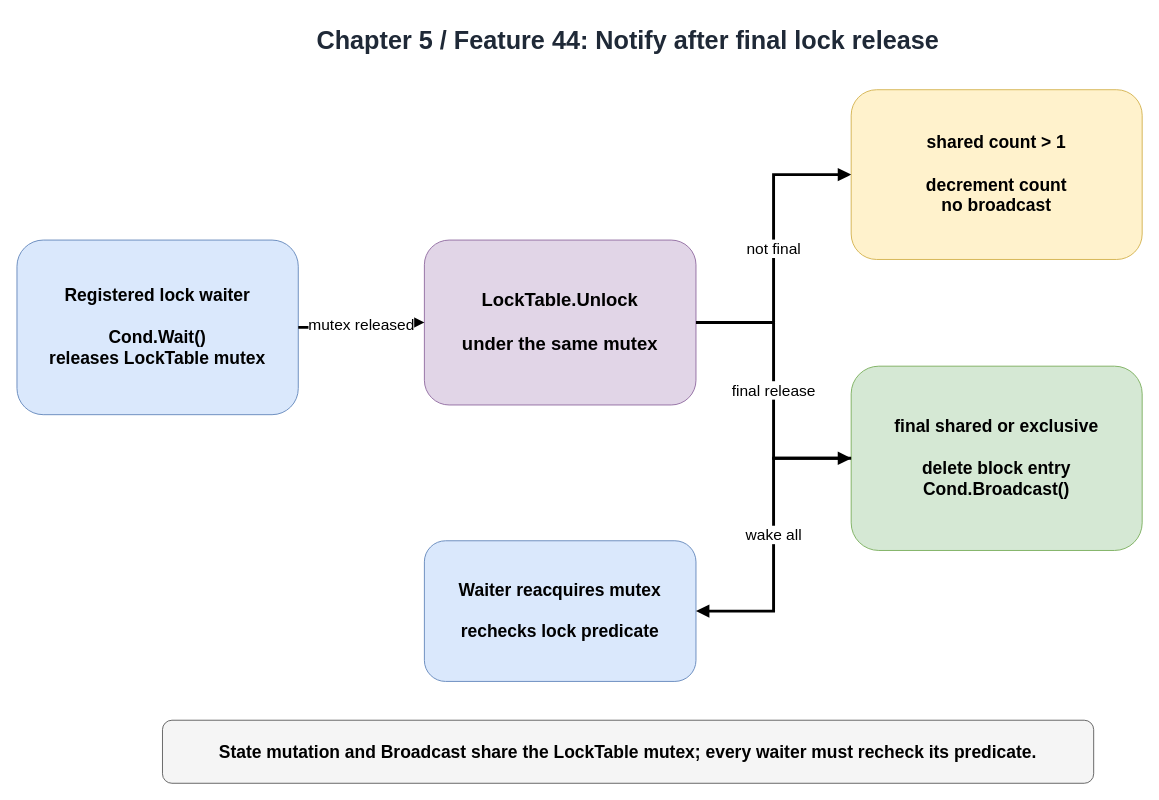
Before: docs/diagrams/ch05-lock-release-notification.drawio in Rwatana/simledb_in_go, a draw.io diagram. Source tidied: cells renumbered, new cells numbered last; positions are measured from the earlier drawing's top-left corner, leaving out a move shared by most shapes. Both pictures are drawn from the tidied source at 97%, with x=0, y=0 at pixel (16, 16).
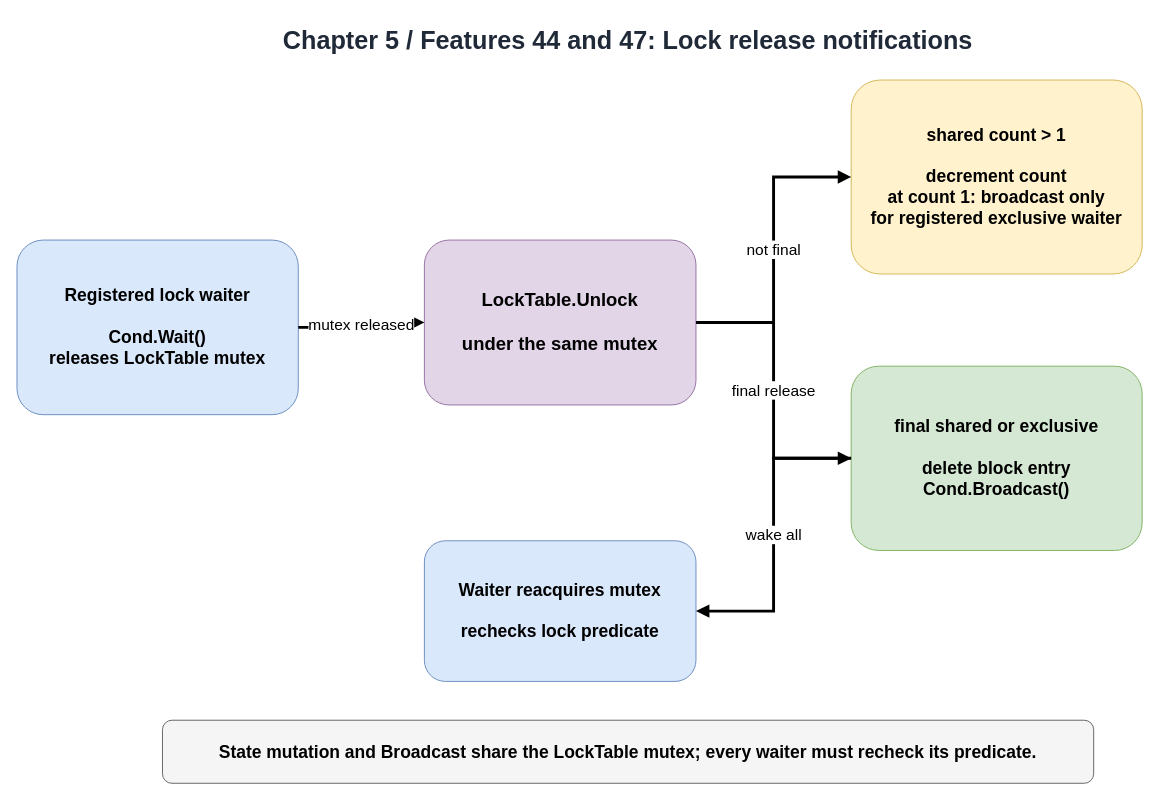
After the change.

Commit message (it also covers changes not shown here):
feat: wait for exclusive lock availability

Change to the diagram source:
```diff
@@
 <mxGraphModel>
   <root>
     <mxCell id="0" />
     <mxCell id="1" parent="0" />
-    <mxCell id="2" value="Chapter 5 / Feature 44: Notify after final lock release" style="text;html=1;strokeColor=none;fillColor=none;align=center;verticalAlign=middle;whiteSpace=wrap;fontSize=26;fontStyle=1;fontColor=#1f2937;" parent="1" vertex="1">
+    <mxCell id="2" value="Chapter 5 / Features 44 and 47: Lock release notifications" style="text;html=1;strokeColor=none;fillColor=none;align=center;verticalAlign=middle;whiteSpace=wrap;fontSize=26;fontStyle=1;fontColor=#1f2937;" parent="1" vertex="1">
       <mxGeometry x="190" width="880" height="50" as="geometry" />
     </mxCell>
     <mxCell id="3" value="Registered lock waiter&#10;&#10;Cond.Wait()&#10;releases LockTable mutex" style="rounded=1;whiteSpace=wrap;html=1;fillColor=#dae8fc;strokeColor=#6c8ebf;fontSize=18;fontStyle=1;" parent="1" vertex="1">
       <mxGeometry y="230" width="290" height="180" as="geometry" />
     </mxCell>
     <mxCell id="4" value="LockTable.Unlock&#10;&#10;under the same mutex" style="rounded=1;whiteSpace=wrap;html=1;fillColor=#e1d5e7;strokeColor=#9673a6;fontSize=19;fontStyle=1;" parent="1" vertex="1">
       <mxGeometry x="420" y="230" width="280" height="170" as="geometry" />
     </mxCell>
-    <mxCell id="5" value="shared count &gt; 1&#10;&#10;decrement count&#10;no broadcast" style="rounded=1;whiteSpace=wrap;html=1;fillColor=#fff2cc;strokeColor=#d6b656;fontSize=18;fontStyle=1;" parent="1" vertex="1">
-      <mxGeometry x="860" y="75" width="300" height="175" as="geometry" />
+    <mxCell id="5" value="shared count &gt; 1&#10;&#10;decrement count&#10;at count 1: broadcast only&#10;for registered exclusive waiter" style="rounded=1;whiteSpace=wrap;html=1;fillColor=#fff2cc;strokeColor=#d6b656;fontSize=18;fontStyle=1;" parent="1" vertex="1">
+      <mxGeometry x="860" y="65" width="300" height="200" as="geometry" />
     </mxCell>
     <mxCell id="6" value="final shared or exclusive&#10;&#10;delete block entry&#10;Cond.Broadcast()" style="rounded=1;whiteSpace=wrap;html=1;fillColor=#d5e8d4;strokeColor=#82b366;fontSize=18;fontStyle=1;" parent="1" vertex="1">
       <mxGeometry x="860" y="360" width="300" height="190" as="geometry" />
     </mxCell>
     <mxCell id="7" value="Waiter reacquires mutex&#10;&#10;rechecks lock predicate" style="rounded=1;whiteSpace=wrap;html=1;fillColor=#dae8fc;strokeColor=#6c8ebf;fontSize=18;fontStyle=1;" parent="1" vertex="1">
       <mxGeometry x="420" y="540" width="280" height="145" as="geometry" />
     </mxCell>
     <mxCell id="8" value="mutex released" style="edgeStyle=orthogonalEdgeStyle;rounded=0;html=1;endArrow=block;endFill=1;strokeWidth=3;fontSize=16;" parent="1" edge="1" source="3" target="4">
       <mxGeometry relative="1" as="geometry" />
     </mxCell>
     <mxCell id="9" value="not final" style="edgeStyle=orthogonalEdgeStyle;rounded=0;html=1;endArrow=block;endFill=1;strokeWidth=3;fontSize=16;" parent="1" edge="1" source="4" target="5">
       <mxGeometry relative="1" as="geometry" />
     </mxCell>
     <mxCell id="10" value="final release" style="edgeStyle=orthogonalEdgeStyle;rounded=0;html=1;endArrow=block;endFill=1;strokeWidth=3;fontSize=16;" parent="1" edge="1" source="4" target="6">
       <mxGeometry relative="1" as="geometry" />
     </mxCell>
     <mxCell id="11" value="wake all" style="edgeStyle=orthogonalEdgeStyle;rounded=0;html=1;endArrow=block;endFill=1;strokeWidth=3;fontSize=16;" parent="1" edge="1" source="6" target="7">
       <mxGeometry relative="1" as="geometry" />
     </mxCell>
     <mxCell id="12" value="State mutation and Broadcast share the LockTable mutex; every waiter must recheck its predicate." style="rounded=1;whiteSpace=wrap;html=1;fillColor=#f5f5f5;strokeColor=#666666;fontSize=18;fontStyle=1;" parent="1" vertex="1">
       <mxGeometry x="150" y="725" width="960" height="65" as="geometry" />
     </mxCell>
   </root>
 </mxGraphModel>
```
